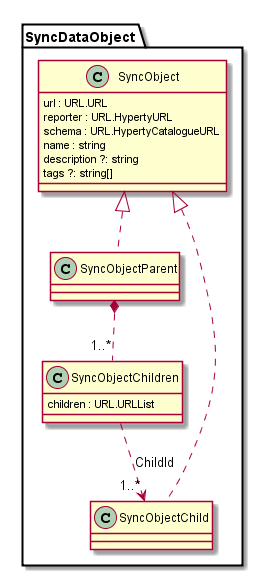
The PlantUML diagram docs/datamodel/data-objects/data-synch/SyncDataObject.png in reTHINK-project/dev-service-framework, before a commit.
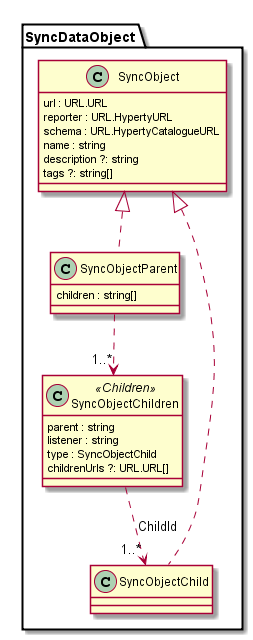
After the commit.

Commit message:
data sync and communication model updated in order to be more aligned with implementation

The edit, as a diff of the source:
```diff
@@ -12,10 +12,14 @@
 	}
 
 	class SyncObjectParent {
+		children : string[]
 	}
 
-	class SyncObjectChildren {
-		children : URL.URLList
+	class SyncObjectChildren <<Children>> {
+		parent : string
+		listener : string
+		type : SyncObjectChild
+		childrenUrls ?: URL.URL[]
 	}
 
 	class SyncObjectChild {
@@ -24,7 +28,7 @@
 	SyncObjectParent .up.|> SyncObject
 	SyncObjectChild .up.|> SyncObject
 
-	SyncObjectParent *.down. "1..*" SyncObjectChildren
+	SyncObjectParent .down.> "1..*" SyncObjectChildren
 	SyncObjectChildren .down.> "1..*" SyncObjectChild : ChildId
 }
 
```
